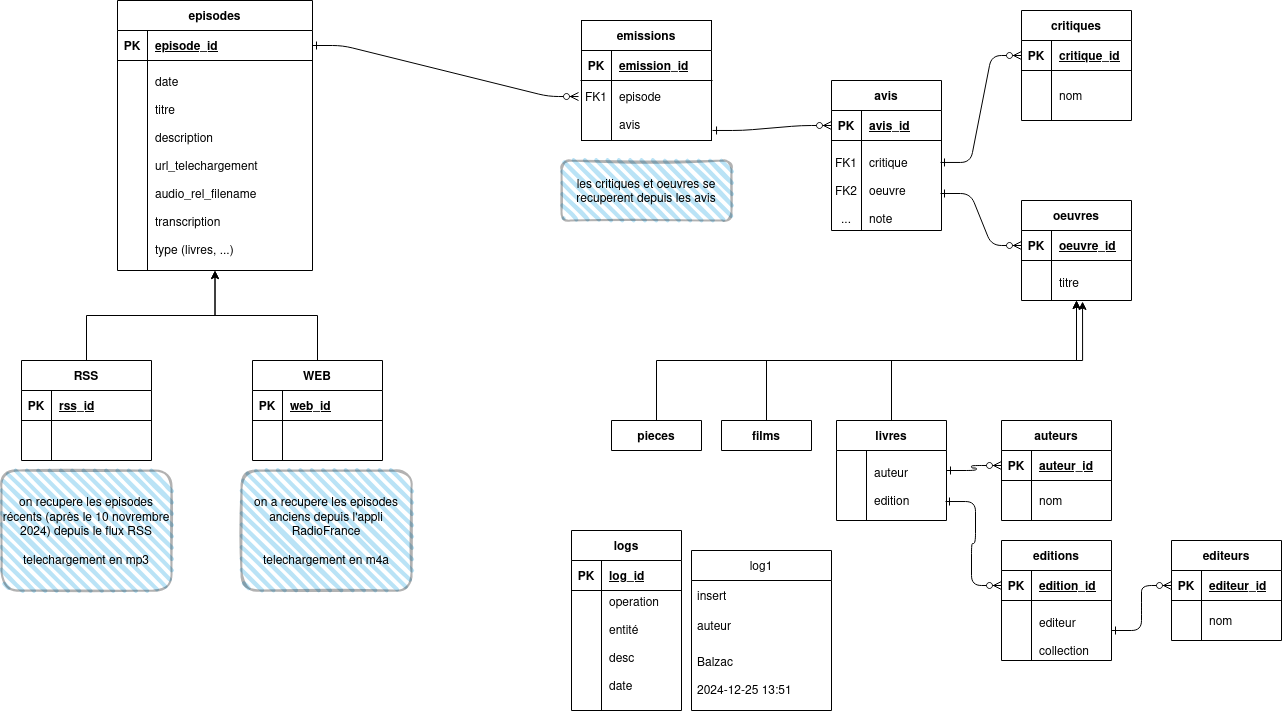
castorfou/lmelp keeps this draw.io diagram as db/lmelp.drawio.png. Above is the earlier version. Source tidied: cells renumbered, new cells last; positions are measured from the earlier drawing's top-left corner, leaving out a move shared by most shapes.
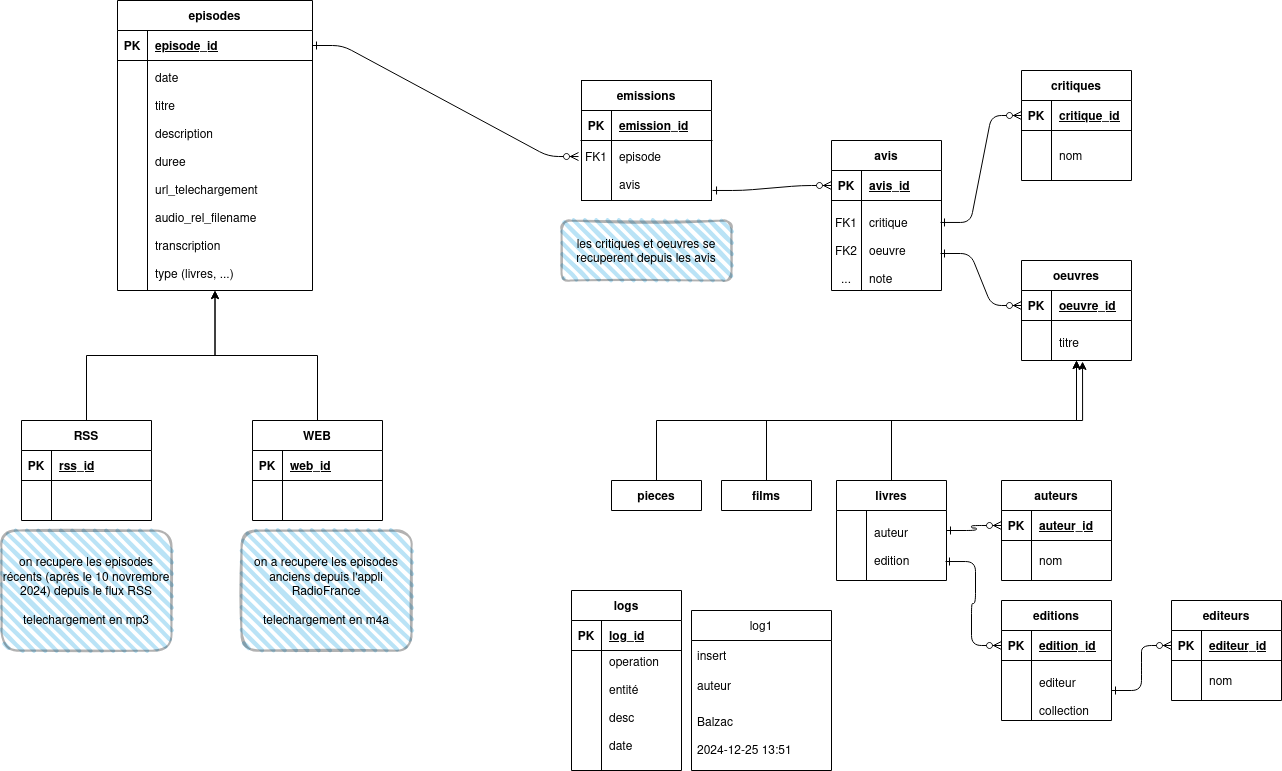
After the change.

What changed in the source:
```diff
@@ -231,7 +231,7 @@
       <mxGeometry y="90" width="140" height="70" as="geometry" />
     </mxCell>
     <mxCell id="78" value="episodes" style="shape=table;startSize=30;rowLines=0;fontStyle=1;align=center;" parent="1" vertex="1">
-      <mxGeometry x="116" width="195" height="270" as="geometry" />
+      <mxGeometry x="116" y="-60" width="195" height="290" as="geometry" />
     </mxCell>
     <mxCell id="79" style="shape=partialRectangle;fillColor=none;points=[[0,0.5],[1,0.5]];portConstraint=eastwest;top=0;left=0;right=0;bottom=1;" parent="78" vertex="1">
       <mxGeometry y="30" width="195" height="30" as="geometry" />
@@ -243,13 +243,13 @@
       <mxGeometry x="30" width="165" height="30" as="geometry" />
     </mxCell>
     <mxCell id="82" style="shape=partialRectangle;fillColor=none;points=[[0,0.5],[1,0.5]];portConstraint=eastwest;top=0;left=0;right=0;bottom=0;" parent="78" vertex="1">
-      <mxGeometry y="60" width="195" height="210" as="geometry" />
+      <mxGeometry y="60" width="195" height="230" as="geometry" />
     </mxCell>
     <mxCell id="83" style="shape=partialRectangle;overflow=hidden;fillColor=none;top=0;left=0;bottom=0;right=0;" parent="82" vertex="1">
-      <mxGeometry width="30" height="210" as="geometry" />
+      <mxGeometry width="30" height="230" as="geometry" />
     </mxCell>
-    <mxCell id="84" value="date&#10;&#10;titre&#10;&#10;description&#10;&#10;url_telechargement&#10;&#10;audio_rel_filename&#10;&#10;transcription&#10;&#10;type (livres, ...)" style="shape=partialRectangle;overflow=hidden;fillColor=none;top=0;left=0;bottom=0;right=0;align=left;spacingLeft=6;" parent="82" vertex="1">
-      <mxGeometry x="30" width="165" height="210" as="geometry" />
+    <mxCell id="84" value="date&#10;&#10;titre&#10;&#10;description&#10;&#10;duree&#10;&#10;url_telechargement&#10;&#10;audio_rel_filename&#10;&#10;transcription&#10;&#10;type (livres, ...)" style="shape=partialRectangle;overflow=hidden;fillColor=none;top=0;left=0;bottom=0;right=0;align=left;spacingLeft=6;" parent="82" vertex="1">
+      <mxGeometry x="30" width="165" height="230" as="geometry" />
     </mxCell>
     <mxCell id="85" value="RSS" style="shape=table;startSize=30;rowLines=0;fontStyle=1;align=center;" parent="1" vertex="1">
       <mxGeometry x="20" y="360" width="130" height="100" as="geometry" />
```
